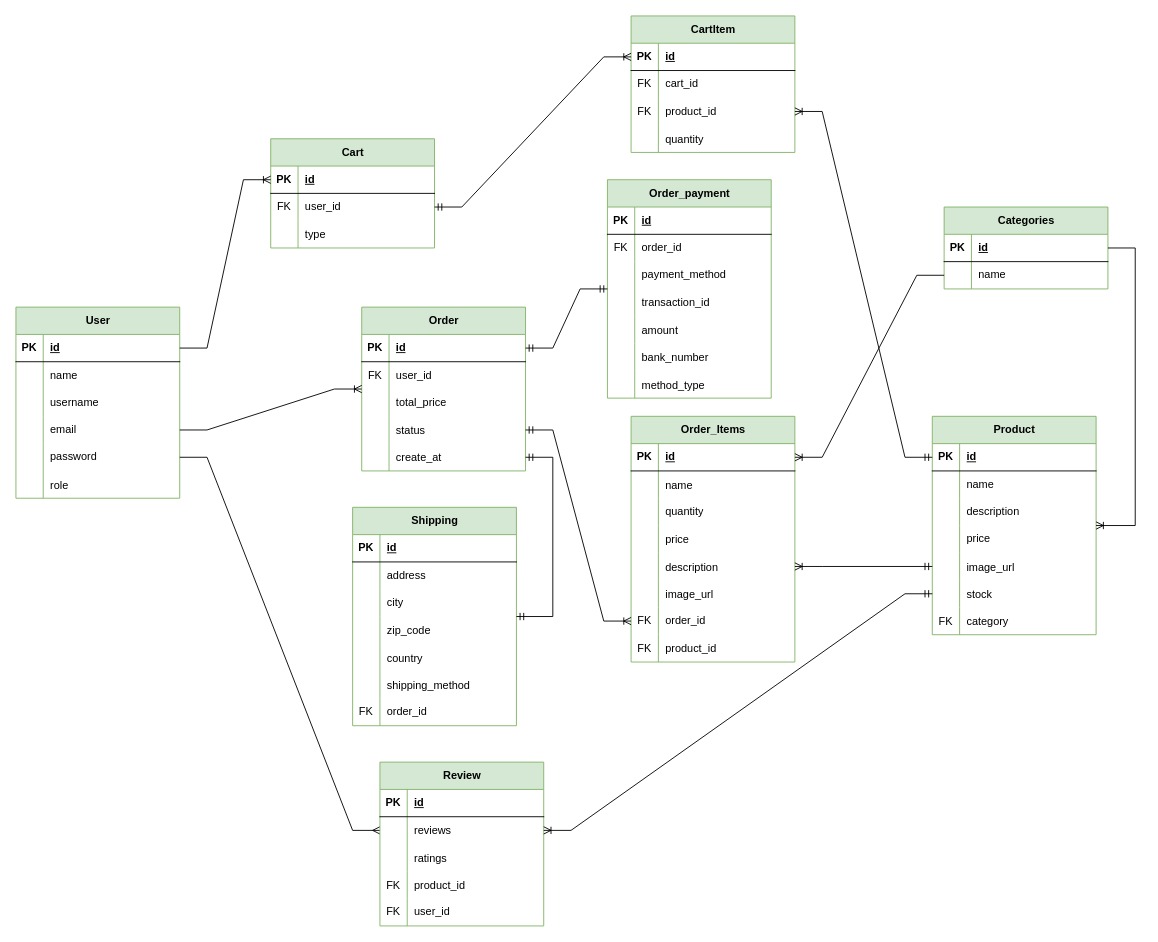
The draw.io diagram ER Diagram.drawio in matobuild/Elegant, before the edit. Source tidied: cells renumbered, new cells numbered last; positions are measured from the earlier drawing's top-left corner, leaving out a move shared by most shapes. Both pictures are drawn from the tidied source at 91%, with x=0, y=0 at pixel (15, 15).
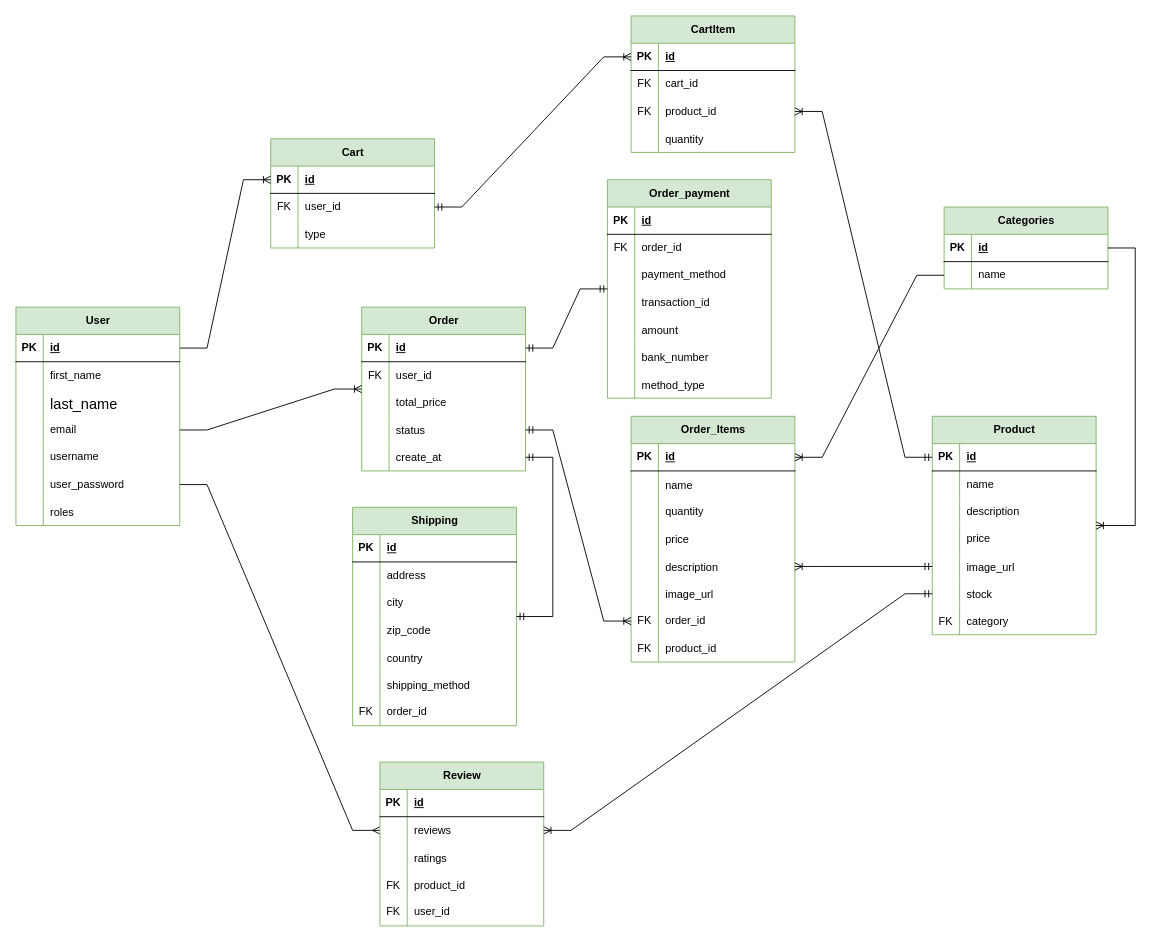
The same page after the edit.

The change refers to these unchanged cells:
```xml
<mxCell id="6" style="shape=tableRow;horizontal=0;startSize=0;swimlaneHead=0;swimlaneBody=0;fillColor=none;top=0;left=0;right=0;bottom=0;" parent="2" vertex="1">
  <mxGeometry y="60" width="180" height="30" as="geometry" />
</mxCell>
```

Change to the diagram source:
```diff
@@
     <mxCell id="2" value="User" style="shape=table;startSize=30;childLayout=tableLayout;rowLines=0;fontStyle=1;align=center;html=1;fillColor=#d5e8d4;strokeColor=#82b366;" parent="1" vertex="1">
-      <mxGeometry y="320" width="180" height="210" as="geometry" />
+      <mxGeometry y="320" width="180" height="240" as="geometry" />
     </mxCell>
@@
-    <mxCell id="8" value="name" style="shape=partialRectangle;fillColor=none;top=0;left=0;bottom=0;right=0;align=left;spacingLeft=6;overflow=hidden;" parent="6" vertex="1">
+    <mxCell id="8" value="first_name" style="shape=partialRectangle;fillColor=none;top=0;left=0;bottom=0;right=0;align=left;spacingLeft=6;overflow=hidden;" parent="6" vertex="1">
       <mxGeometry x="30" width="150" height="30" as="geometry" />
     </mxCell>
+    <mxCell id="186" style="shape=tableRow;horizontal=0;startSize=0;swimlaneHead=0;swimlaneBody=0;fillColor=none;top=0;left=0;right=0;bottom=0;fontSize=16;" parent="2" vertex="1">
+      <mxGeometry y="90" width="180" height="30" as="geometry" />
+    </mxCell>
+    <mxCell id="187" style="shape=partialRectangle;fillColor=none;top=0;left=0;bottom=0;right=0;overflow=hidden;fontSize=16;" parent="186" vertex="1">
+      <mxGeometry width="30" height="30" as="geometry" />
+    </mxCell>
+    <mxCell id="188" value="last_name" style="shape=partialRectangle;fillColor=none;top=0;left=0;bottom=0;right=0;align=left;spacingLeft=6;overflow=hidden;fontSize=16;" parent="186" vertex="1">
+      <mxGeometry x="30" width="150" height="30" as="geometry" />
+    </mxCell>
+    <mxCell id="12" style="shape=tableRow;horizontal=0;startSize=0;swimlaneHead=0;swimlaneBody=0;fillColor=none;points=[[0,0.5],[1,0.5]];portConstraint=eastwest;top=0;left=0;right=0;bottom=0;" parent="2" vertex="1">
+      <mxGeometry y="120" width="180" height="30" as="geometry" />
+    </mxCell>
+    <mxCell id="13" style="shape=partialRectangle;fillColor=none;top=0;left=0;bottom=0;right=0;overflow=hidden;whiteSpace=wrap;html=1;" parent="12" vertex="1">
+      <mxGeometry width="30" height="30" as="geometry" />
+    </mxCell>
+    <mxCell id="14" value="email" style="shape=partialRectangle;fillColor=none;top=0;left=0;bottom=0;right=0;align=left;spacingLeft=6;overflow=hidden;whiteSpace=wrap;html=1;" parent="12" vertex="1">
+      <mxGeometry x="30" width="150" height="30" as="geometry" />
+    </mxCell>
     <mxCell id="9" style="shape=tableRow;horizontal=0;startSize=0;swimlaneHead=0;swimlaneBody=0;fillColor=none;top=0;left=0;right=0;bottom=0;" parent="2" vertex="1">
-      <mxGeometry y="90" width="180" height="30" as="geometry" />
+      <mxGeometry y="150" width="180" height="30" as="geometry" />
     </mxCell>
@@
-    <mxCell id="12" style="shape=tableRow;horizontal=0;startSize=0;swimlaneHead=0;swimlaneBody=0;fillColor=none;points=[[0,0.5],[1,0.5]];portConstraint=eastwest;top=0;left=0;right=0;bottom=0;" parent="2" vertex="1">
-      <mxGeometry y="120" width="180" height="30" as="geometry" />
-    </mxCell>
-    <mxCell id="13" style="shape=partialRectangle;fillColor=none;top=0;left=0;bottom=0;right=0;overflow=hidden;whiteSpace=wrap;html=1;" parent="12" vertex="1">
-      <mxGeometry width="30" height="30" as="geometry" />
-    </mxCell>
-    <mxCell id="14" value="email" style="shape=partialRectangle;fillColor=none;top=0;left=0;bottom=0;right=0;align=left;spacingLeft=6;overflow=hidden;whiteSpace=wrap;html=1;" parent="12" vertex="1">
-      <mxGeometry x="30" width="150" height="30" as="geometry" />
-    </mxCell>
     <mxCell id="15" style="shape=tableRow;horizontal=0;startSize=0;swimlaneHead=0;swimlaneBody=0;fillColor=none;points=[[0,0.5],[1,0.5]];portConstraint=eastwest;top=0;left=0;right=0;bottom=0;" parent="2" vertex="1">
-      <mxGeometry y="150" width="180" height="30" as="geometry" />
+      <mxGeometry y="180" width="180" height="30" as="geometry" />
     </mxCell>
@@
-    <mxCell id="17" value="password" style="shape=partialRectangle;fillColor=none;top=0;left=0;bottom=0;right=0;align=left;spacingLeft=6;overflow=hidden;whiteSpace=wrap;html=1;" parent="15" vertex="1">
+    <mxCell id="17" value="user_password" style="shape=partialRectangle;fillColor=none;top=0;left=0;bottom=0;right=0;align=left;spacingLeft=6;overflow=hidden;whiteSpace=wrap;html=1;" parent="15" vertex="1">
       <mxGeometry x="30" width="150" height="30" as="geometry" />
     </mxCell>
     <mxCell id="18" style="shape=tableRow;horizontal=0;startSize=0;swimlaneHead=0;swimlaneBody=0;fillColor=none;top=0;left=0;right=0;bottom=0;" parent="2" vertex="1">
-      <mxGeometry y="180" width="180" height="30" as="geometry" />
+      <mxGeometry y="210" width="180" height="30" as="geometry" />
     </mxCell>
@@
-    <mxCell id="20" value="role" style="shape=partialRectangle;fillColor=none;top=0;left=0;bottom=0;right=0;align=left;spacingLeft=6;overflow=hidden;" parent="18" vertex="1">
+    <mxCell id="20" value="roles" style="shape=partialRectangle;fillColor=none;top=0;left=0;bottom=0;right=0;align=left;spacingLeft=6;overflow=hidden;" parent="18" vertex="1">
       <mxGeometry x="30" width="150" height="30" as="geometry" />
     </mxCell>
```
